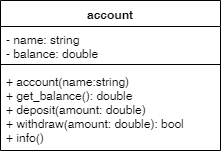
Above: uml/uml1.png in chgogos/oop (draw.io), before the change. Source tidied: cells renumbered, new cells last; positions are measured from the earlier drawing's top-left corner, leaving out a move shared by most shapes.
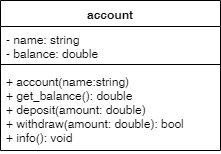
After the commit.

Change to the diagram source:
```diff
@@ -11,7 +11,7 @@
     <mxCell id="4" style="line;strokeWidth=1;fillColor=none;align=left;verticalAlign=middle;spacingTop=-1;spacingLeft=3;spacingRight=3;labelPosition=right;" parent="2" vertex="1">
       <mxGeometry y="60" width="220" height="8" as="geometry" />
     </mxCell>
-    <mxCell id="5" value="+ account(name:string)&#10;+ get_balance(): double&#10;+ deposit(amount: double)&#10;+ withdraw(amount: double): bool&#10;+ info()&#10;" style="text;strokeColor=none;fillColor=none;align=left;verticalAlign=top;spacingLeft=4;spacingRight=4;overflow=hidden;" parent="2" vertex="1">
+    <mxCell id="5" value="+ account(name:string)&#10;+ get_balance(): double&#10;+ deposit(amount: double)&#10;+ withdraw(amount: double): bool&#10;+ info(): void&#10;" style="text;strokeColor=none;fillColor=none;align=left;verticalAlign=top;spacingLeft=4;spacingRight=4;overflow=hidden;" parent="2" vertex="1">
       <mxGeometry y="68" width="220" height="82" as="geometry" />
     </mxCell>
   </root>
```
